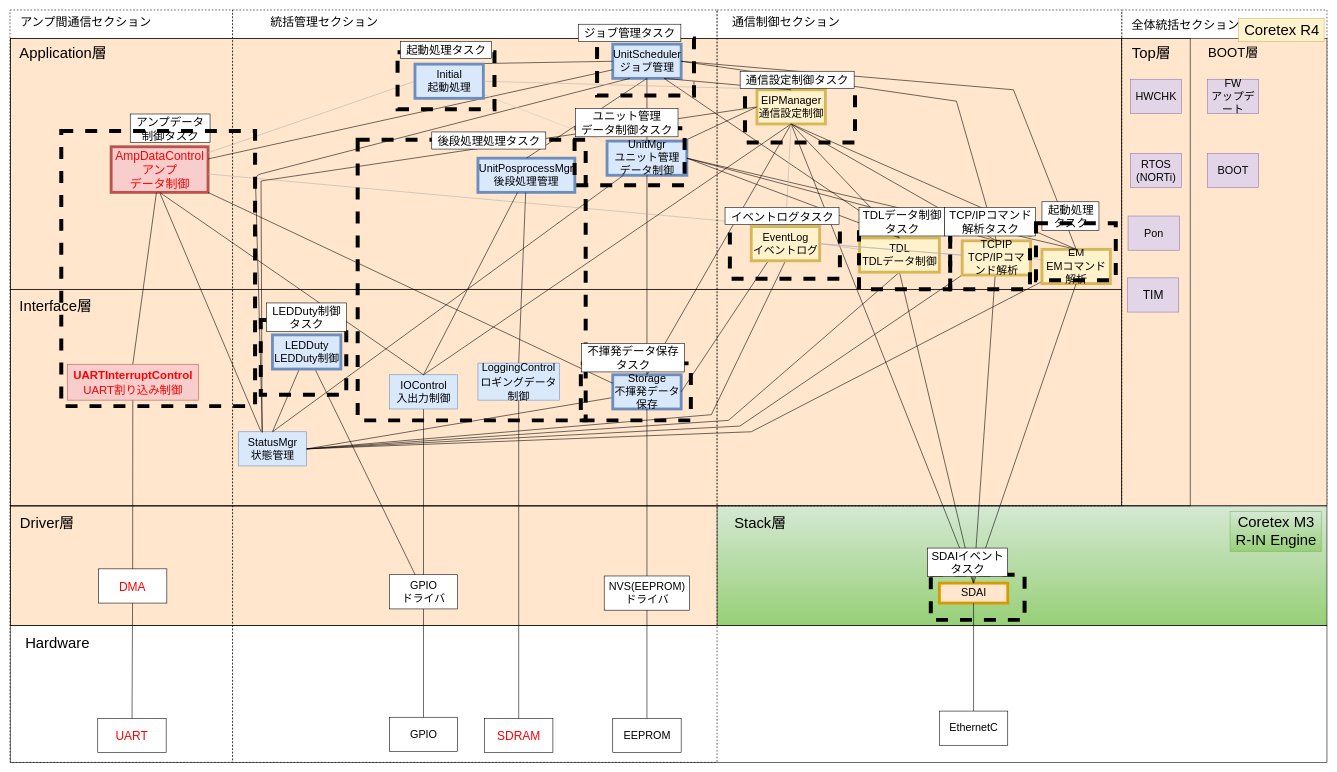
Earlier version of the draw.io diagram page "RevG_NewスマNWU静的構造_タスク分解" (5 of 7) of NWユニット_アーキテクチャ図.drawio (YutaSuzukiGARI/nwunit). Source tidied: cells renumbered, new cells numbered last; positions are measured from the earlier drawing's top-left corner, leaving out a move shared by most shapes. Both pictures are drawn from the tidied source at 57%, with x=0, y=0 at pixel (10, 10).
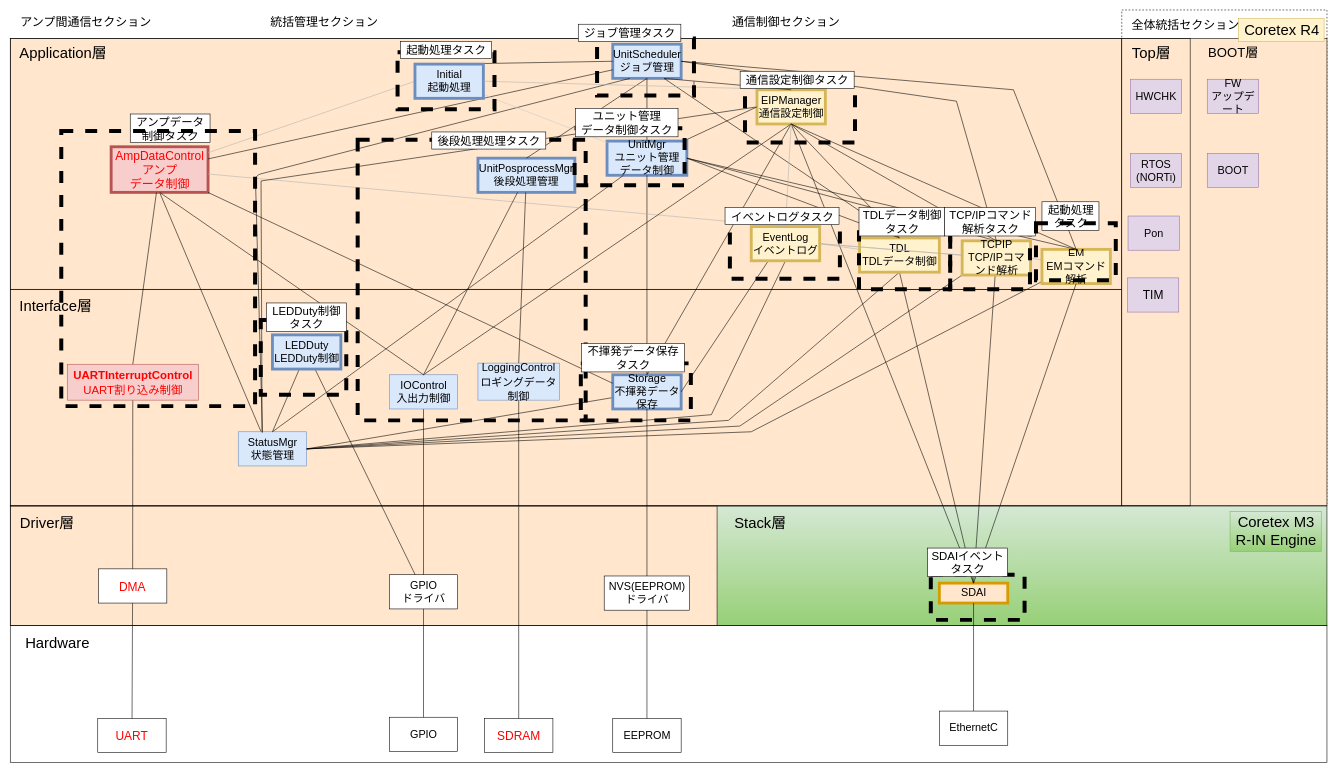
The same diagram, later.

Commit message:
NWユニット_アーキテクチャ図.drawio を更新します

The change refers to these unchanged cells:
```xml
<mxCell id="2" style="group;" parent="1" vertex="1">
  <mxGeometry width="2310.5" height="1320" as="geometry" />
</mxCell>
```

What changed in the source:
```diff
@@
-    <mxCell id="99" style="rounded=0;whiteSpace=wrap;html=1;fillColor=none;dashed=1;strokeColor=default;fontColor=default;" parent="2" vertex="1">
-      <mxGeometry x="1240.5" width="710" height="870" as="geometry" />
-    </mxCell>
-    <mxCell id="100" style="rounded=0;whiteSpace=wrap;html=1;fillColor=none;dashed=1;strokeColor=default;fontColor=default;" parent="2" vertex="1">
-      <mxGeometry x="390.5" width="850" height="1320" as="geometry" />
-    </mxCell>
-    <mxCell id="101" style="rounded=0;whiteSpace=wrap;html=1;fillColor=none;dashed=1;strokeColor=default;fontColor=default;" parent="2" vertex="1">
-      <mxGeometry width="390.5" height="1320" as="geometry" />
-    </mxCell>
```
